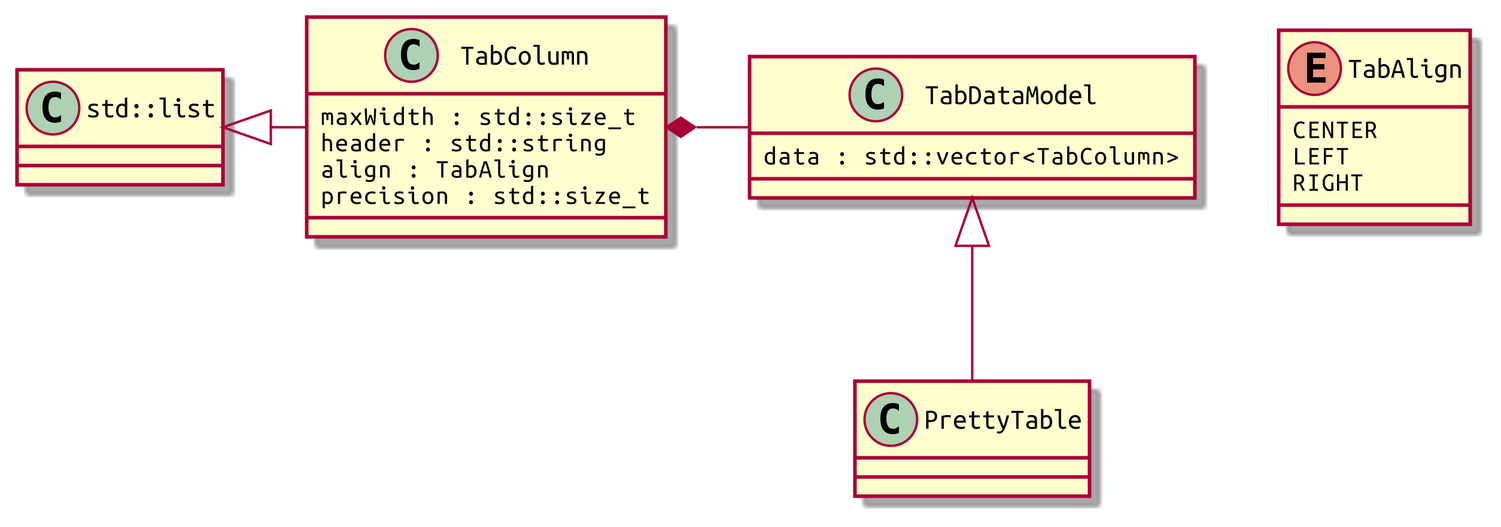
Above: drawer/Pretty-Table.png in Unsigned-Long/pretty-table (PlantUML), before the change. Its diagram source:
```plantuml
@startuml Pretty Table
scale 20

skinparam DefaultFontName "Ubuntu Mono"

enum TabAlign
class std::list
class TabColumn{
    maxWidth : std::size_t
    header : std::string
    align : TabAlign
    precision : std::size_t
}
class TabDataModel{
    data : std::vector<TabColumn>
}
class PrettyTable

TabColumn -left-|> std::list
TabDataModel -left-* TabColumn

PrettyTable -up-|> TabDataModel

TabAlign : CENTER
TabAlign : LEFT
TabAlign : RIGHT

@enduml
```
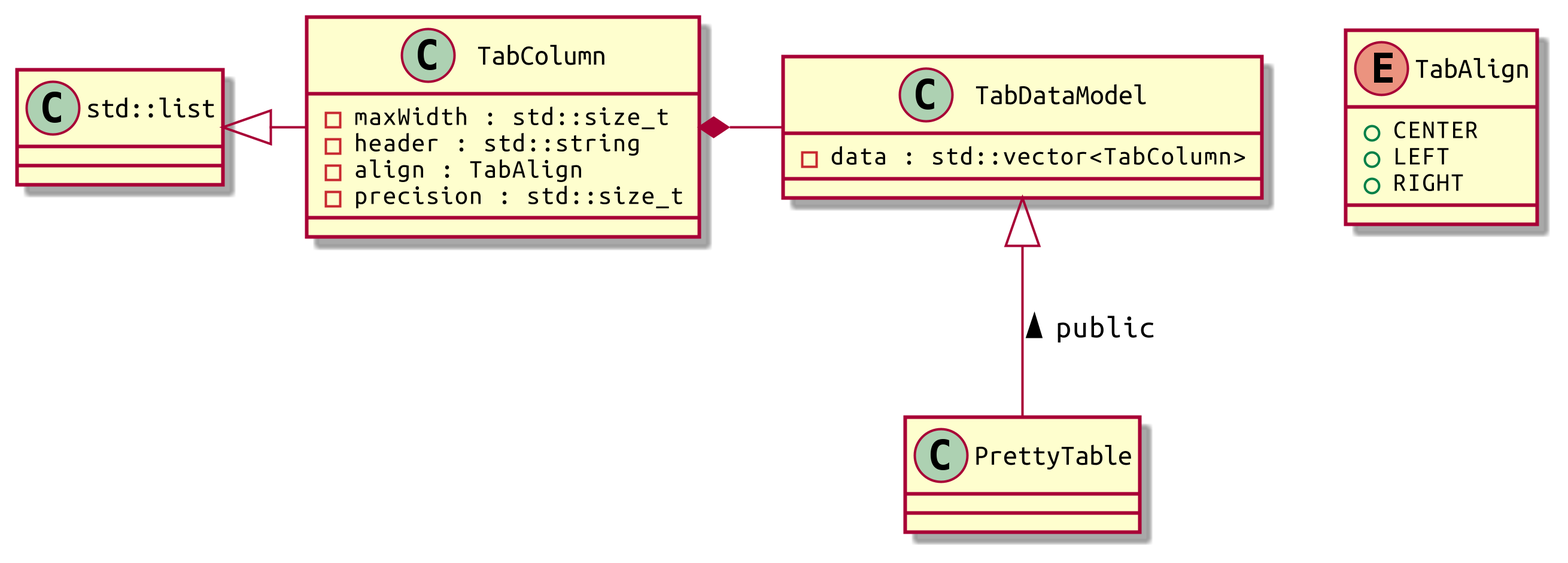
After the change.

Change to the diagram source:
```diff
@@ -1,4 +1,4 @@
-@startuml Pretty Table
+@startuml Pretty-Table
 scale 20
 
 skinparam DefaultFontName "Ubuntu Mono"
@@ -6,23 +6,25 @@
 enum TabAlign
 class std::list
 class TabColumn{
-    maxWidth : std::size_t
-    header : std::string
-    align : TabAlign
-    precision : std::size_t
+    - maxWidth : std::size_t
+    - header : std::string
+    - align : TabAlign
+    - precision : std::size_t
 }
 class TabDataModel{
-    data : std::vector<TabColumn>
+    - data : std::vector<TabColumn>
 }
 class PrettyTable
 
 TabColumn -left-|> std::list
 TabDataModel -left-* TabColumn
 
-PrettyTable -up-|> TabDataModel
+PrettyTable -up-|> TabDataModel : public >
 
-TabAlign : CENTER
-TabAlign : LEFT
-TabAlign : RIGHT
+enum TabAlign {
+    + CENTER
+    + LEFT
+    + RIGHT
+}
 
 @enduml
```
